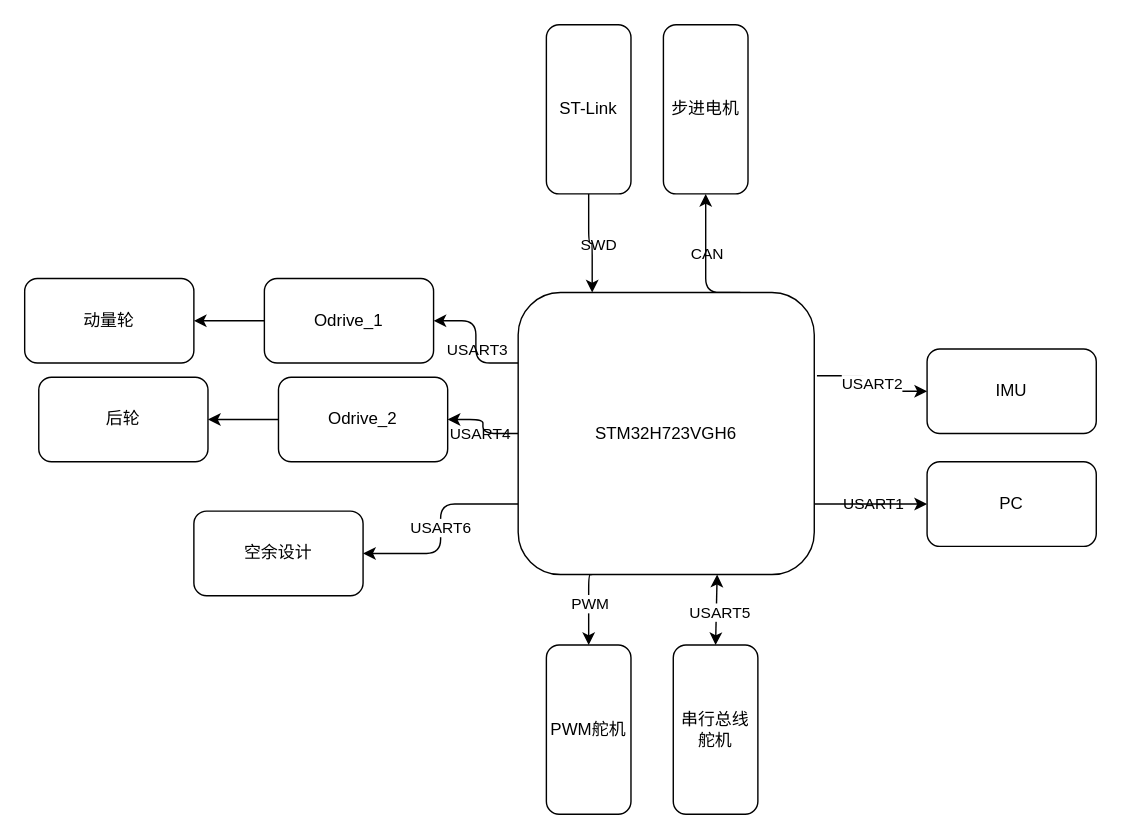
Before: Control_Unit/Hardware/控制单元架构.drawio in Ashington258/EquiCycle, a draw.io diagram. Source tidied: cells renumbered, new cells numbered last; positions are measured from the earlier drawing's top-left corner, leaving out a move shared by most shapes. Both pictures are drawn from the tidied source at 141%, with x=0, y=0 at pixel (24, 24).
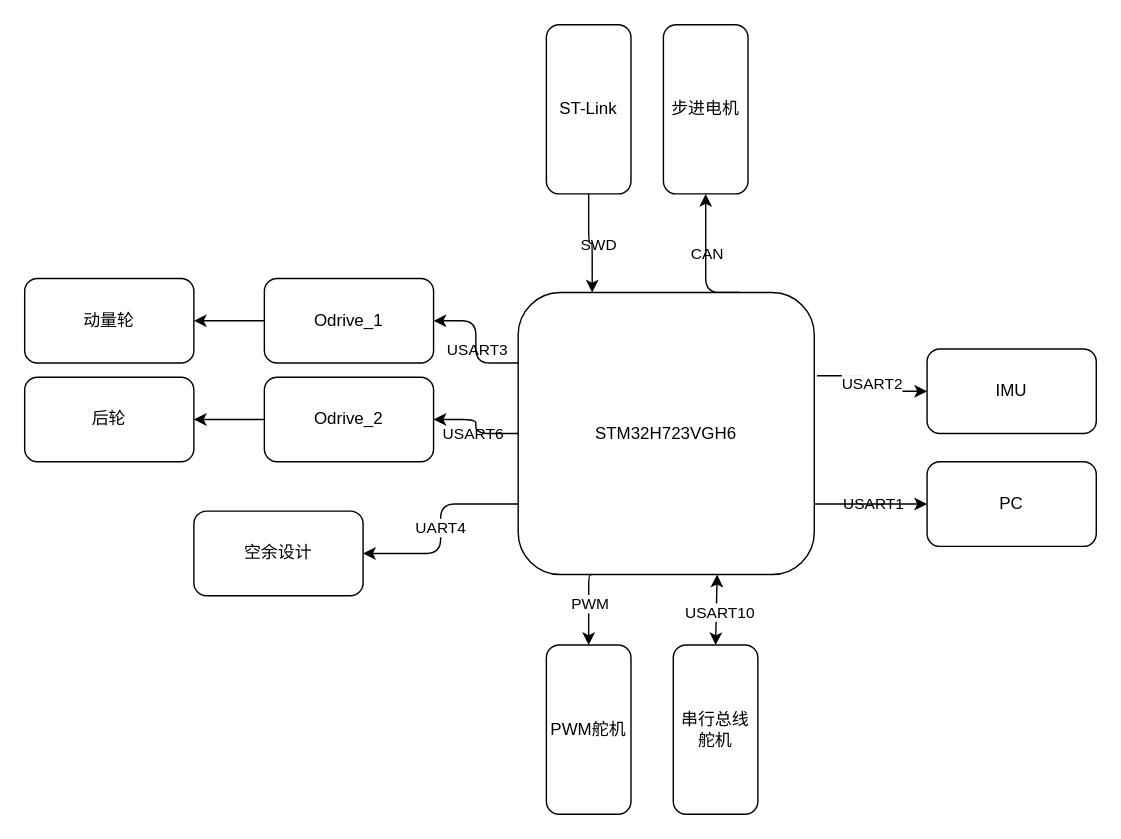
Above is the later version.

Commit message:
控制框架更新

The change refers to these unchanged cells:
```xml
<mxCell id="6" style="edgeStyle=orthogonalEdgeStyle;rounded=1;jettySize=auto;html=1;entryX=1;entryY=0.5;entryDx=0;entryDy=0;labelBackgroundColor=none;fontColor=default;" parent="1" edge="1" source="12" target="17">
  <mxGeometry relative="1" as="geometry" />
</mxCell>
<mxCell id="10" style="edgeStyle=orthogonalEdgeStyle;rounded=1;jettySize=auto;html=1;exitX=0;exitY=0.75;exitDx=0;exitDy=0;" parent="1" edge="1" source="12" target="33">
  <mxGeometry relative="1" as="geometry" />
</mxCell>
<mxCell id="27" style="endArrow=classic;startArrow=classic;html=1;rounded=1;exitX=0;exitY=0.5;exitDx=0;exitDy=0;entryX=0.672;entryY=1;entryDx=0;entryDy=0;entryPerimeter=0;" parent="1" edge="1" source="19" target="12">
  <mxGeometry relative="1" as="geometry" />
</mxCell>
```

Change to the diagram source:
```diff
@@
-    <mxCell id="7" value="USART4" style="edgeLabel;html=1;align=center;verticalAlign=middle;rounded=1;labelBackgroundColor=none;" parent="6" vertex="1">
+    <mxCell id="7" value="USART6" style="edgeLabel;html=1;align=center;verticalAlign=middle;rounded=1;labelBackgroundColor=none;" parent="6" vertex="1">
       <mxGeometry x="-0.12" y="3" relative="1" as="geometry" />
     </mxCell>
@@
-    <mxCell id="11" value="USART6" style="edgeLabel;html=1;align=center;verticalAlign=middle;rounded=1;" parent="10" vertex="1">
+    <mxCell id="11" value="UART4" style="edgeLabel;html=1;align=center;verticalAlign=middle;rounded=1;" parent="10" vertex="1">
       <mxGeometry x="-0.02" y="-1" relative="1" as="geometry" />
     </mxCell>
@@
     <mxCell id="17" value="Odrive_2" style="rounded=1;whiteSpace=wrap;html=1;labelBackgroundColor=none;" parent="1" vertex="1">
-      <mxGeometry x="180" y="250" width="120" height="60" as="geometry" />
+      <mxGeometry x="170" y="250" width="120" height="60" as="geometry" />
     </mxCell>
@@
     <mxCell id="26" value="后轮" style="whiteSpace=wrap;html=1;rounded=1;labelBackgroundColor=none;" parent="1" vertex="1">
-      <mxGeometry x="10" y="250" width="120" height="60" as="geometry" />
+      <mxGeometry y="250" width="120" height="60" as="geometry" />
     </mxCell>
@@
-    <mxCell id="28" value="USART5" style="edgeLabel;html=1;align=center;verticalAlign=middle;rounded=1;" parent="27" vertex="1">
+    <mxCell id="28" value="USART10" style="edgeLabel;html=1;align=center;verticalAlign=middle;rounded=1;" parent="27" vertex="1">
       <mxGeometry x="-0.03" y="-2" relative="1" as="geometry" />
     </mxCell>
```
